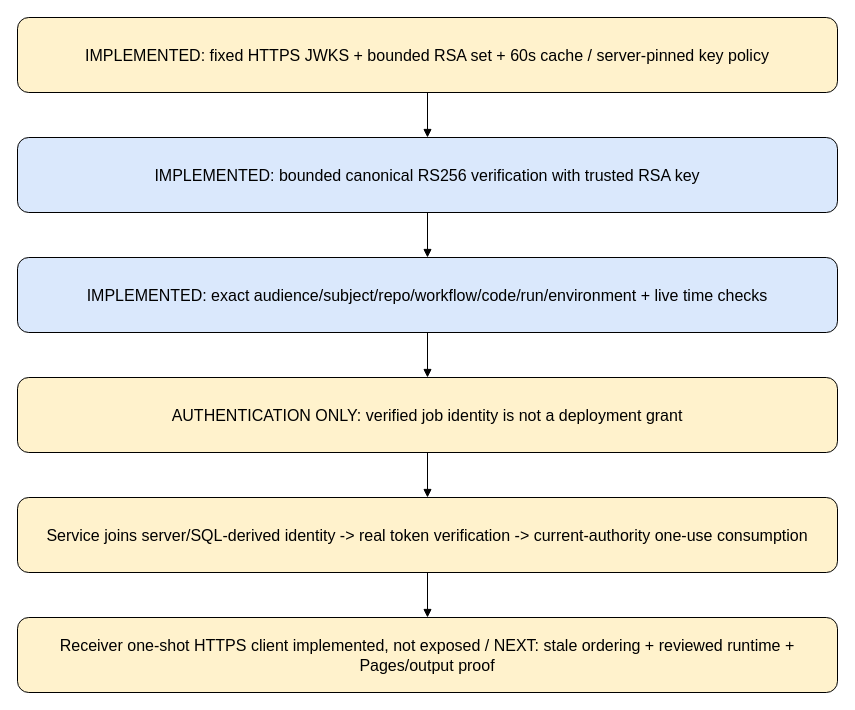
Earlier version of the draw.io diagram docs/diagrams/cms-receiver-exchange.drawio (devalltect00/devalltect00.github.io). Source tidied: cells renumbered, new cells numbered last; positions are measured from the earlier drawing's top-left corner, leaving out a move shared by most shapes. Both pictures are drawn from the tidied source at 100%, with x=0, y=0 at pixel (17, 17).
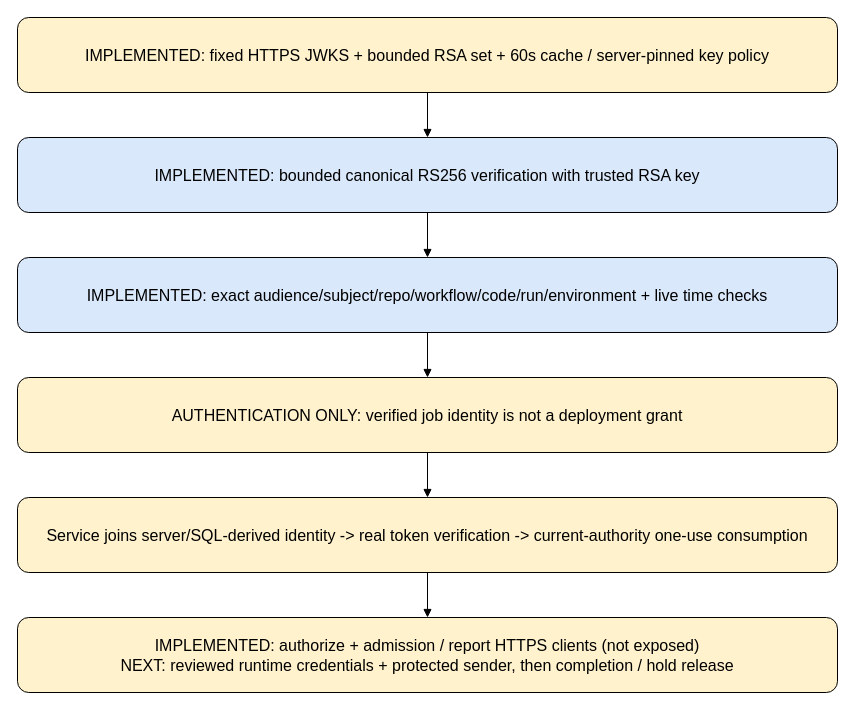
Above is the later version.

Diff of the diagram source:
```diff
@@
 <mxGraphModel>
   <root>
     <mxCell id="0" />
     <mxCell id="1" parent="0" />
     <mxCell id="2" value="IMPLEMENTED: fixed HTTPS JWKS + bounded RSA set + 60s cache / server-pinned key policy" style="rounded=1;whiteSpace=wrap;html=1;fillColor=#fff2cc;fontSize=16;" parent="1" vertex="1">
       <mxGeometry width="820" height="75" as="geometry" />
     </mxCell>
     <mxCell id="3" value="IMPLEMENTED: bounded canonical RS256 verification with trusted RSA key" style="rounded=1;whiteSpace=wrap;html=1;fillColor=#dae8fc;fontSize=16;" parent="1" vertex="1">
       <mxGeometry y="120" width="820" height="75" as="geometry" />
     </mxCell>
     <mxCell id="4" style="endArrow=block;" parent="1" edge="1" source="2" target="3">
       <mxGeometry relative="1" as="geometry" />
     </mxCell>
     <mxCell id="5" value="IMPLEMENTED: exact audience/subject/repo/workflow/code/run/environment + live time checks" style="rounded=1;whiteSpace=wrap;html=1;fillColor=#dae8fc;fontSize=16;" parent="1" vertex="1">
       <mxGeometry y="240" width="820" height="75" as="geometry" />
     </mxCell>
     <mxCell id="6" style="endArrow=block;" parent="1" edge="1" source="3" target="5">
       <mxGeometry relative="1" as="geometry" />
     </mxCell>
     <mxCell id="7" value="AUTHENTICATION ONLY: verified job identity is not a deployment grant" style="rounded=1;whiteSpace=wrap;html=1;fillColor=#fff2cc;fontSize=16;" parent="1" vertex="1">
       <mxGeometry y="360" width="820" height="75" as="geometry" />
     </mxCell>
     <mxCell id="8" style="endArrow=block;" parent="1" edge="1" source="5" target="7">
       <mxGeometry relative="1" as="geometry" />
     </mxCell>
     <mxCell id="9" value="Service joins server/SQL-derived identity -&gt; real token verification -&gt; current-authority one-use consumption" style="rounded=1;whiteSpace=wrap;html=1;fillColor=#fff2cc;fontSize=16;" parent="1" vertex="1">
       <mxGeometry y="480" width="820" height="75" as="geometry" />
     </mxCell>
     <mxCell id="10" style="endArrow=block;" parent="1" edge="1" source="7" target="9">
       <mxGeometry relative="1" as="geometry" />
     </mxCell>
-    <mxCell id="11" value="Receiver one-shot HTTPS client implemented, not exposed / NEXT: stale ordering + reviewed runtime + Pages/output proof" style="rounded=1;whiteSpace=wrap;html=1;fillColor=#fff2cc;fontSize=16;" parent="1" vertex="1">
+    <mxCell id="11" value="IMPLEMENTED: authorize + admission / report HTTPS clients (not exposed)&#10;NEXT: reviewed runtime credentials + protected sender, then completion / hold release" style="rounded=1;whiteSpace=wrap;html=1;fillColor=#fff2cc;fontSize=16;" parent="1" vertex="1">
       <mxGeometry y="600" width="820" height="75" as="geometry" />
     </mxCell>
     <mxCell id="12" style="endArrow=block;" parent="1" edge="1" source="9" target="11">
       <mxGeometry relative="1" as="geometry" />
     </mxCell>
   </root>
 </mxGraphModel>
```
